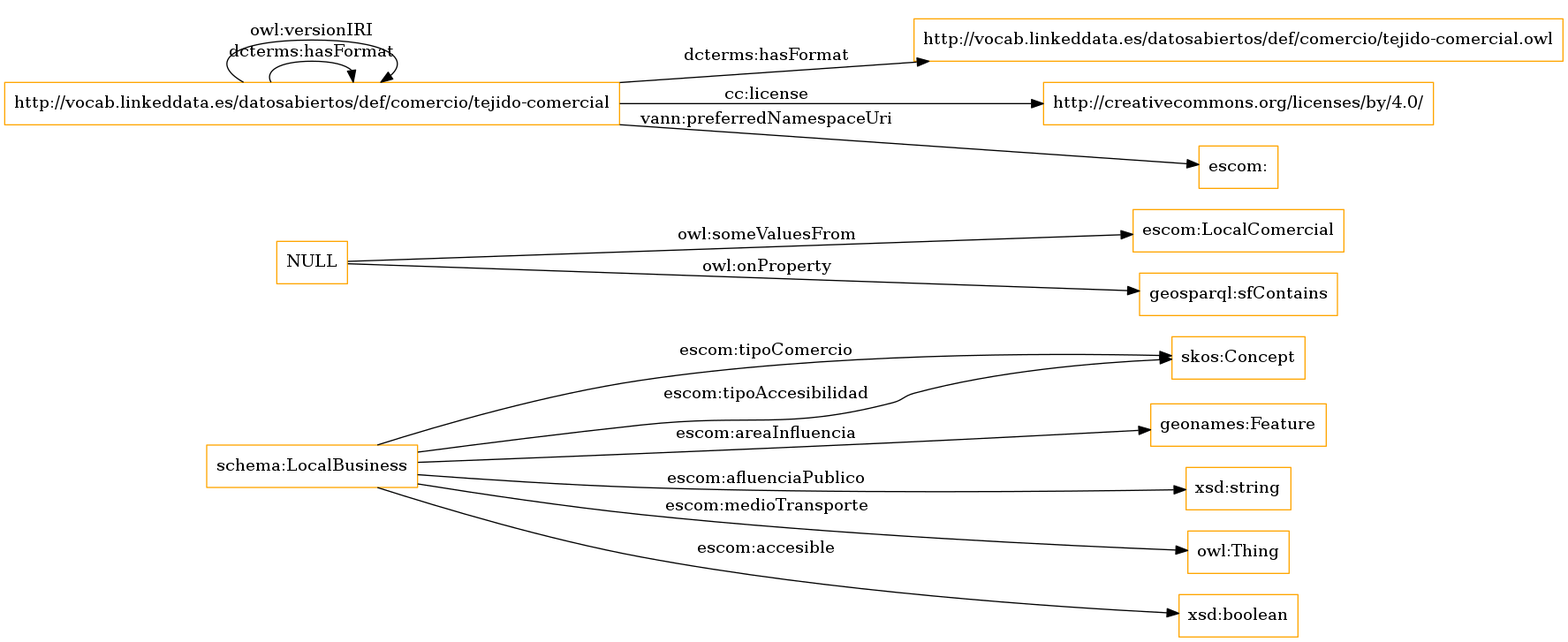
Earlier version of the Graphviz export OnToology/tejido-comercial.owl/diagrams/ar2dtool-class/tejido-comercial.owl.png (ma-garcia/comercio-tejido-comercial). Its source is kept beside it as OnToology/tejido-comercial.owl/diagrams/ar2dtool-class/tejido-comercial.owl.png.dot.
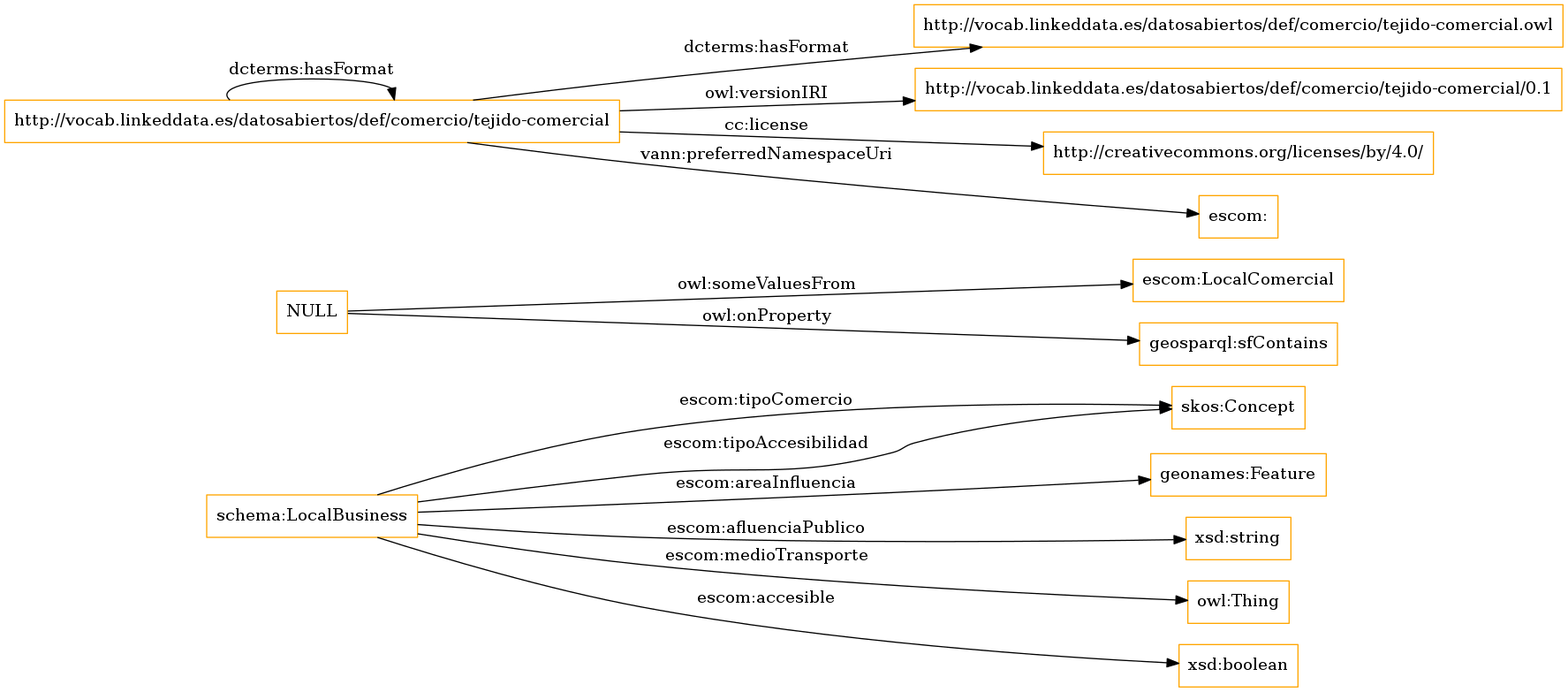
Later version of the same file.

Diff of the diagram source:
```diff
@@ -4,7 +4,7 @@
 node [shape = rectangle, color="orange"]; "skos:Concept" "escom:LocalComercial" "schema:LocalBusiness" "geonames:Feature" ; /*classes style*/
 	"http://vocab.linkeddata.es/datosabiertos/def/comercio/tejido-comercial" -> "http://vocab.linkeddata.es/datosabiertos/def/comercio/tejido-comercial.owl" [ label = "dcterms:hasFormat" ];
 	"http://vocab.linkeddata.es/datosabiertos/def/comercio/tejido-comercial" -> "http://vocab.linkeddata.es/datosabiertos/def/comercio/tejido-comercial" [ label = "dcterms:hasFormat" ];
-	"http://vocab.linkeddata.es/datosabiertos/def/comercio/tejido-comercial" -> "http://vocab.linkeddata.es/datosabiertos/def/comercio/tejido-comercial" [ label = "owl:versionIRI" ];
+	"http://vocab.linkeddata.es/datosabiertos/def/comercio/tejido-comercial" -> "http://vocab.linkeddata.es/datosabiertos/def/comercio/tejido-comercial/0.1" [ label = "owl:versionIRI" ];
 	"http://vocab.linkeddata.es/datosabiertos/def/comercio/tejido-comercial" -> "http://creativecommons.org/licenses/by/4.0/" [ label = "cc:license" ];
 	"http://vocab.linkeddata.es/datosabiertos/def/comercio/tejido-comercial" -> "escom:" [ label = "vann:preferredNamespaceUri" ];
 	"NULL" -> "escom:LocalComercial" [ label = "owl:someValuesFrom" ];
```
